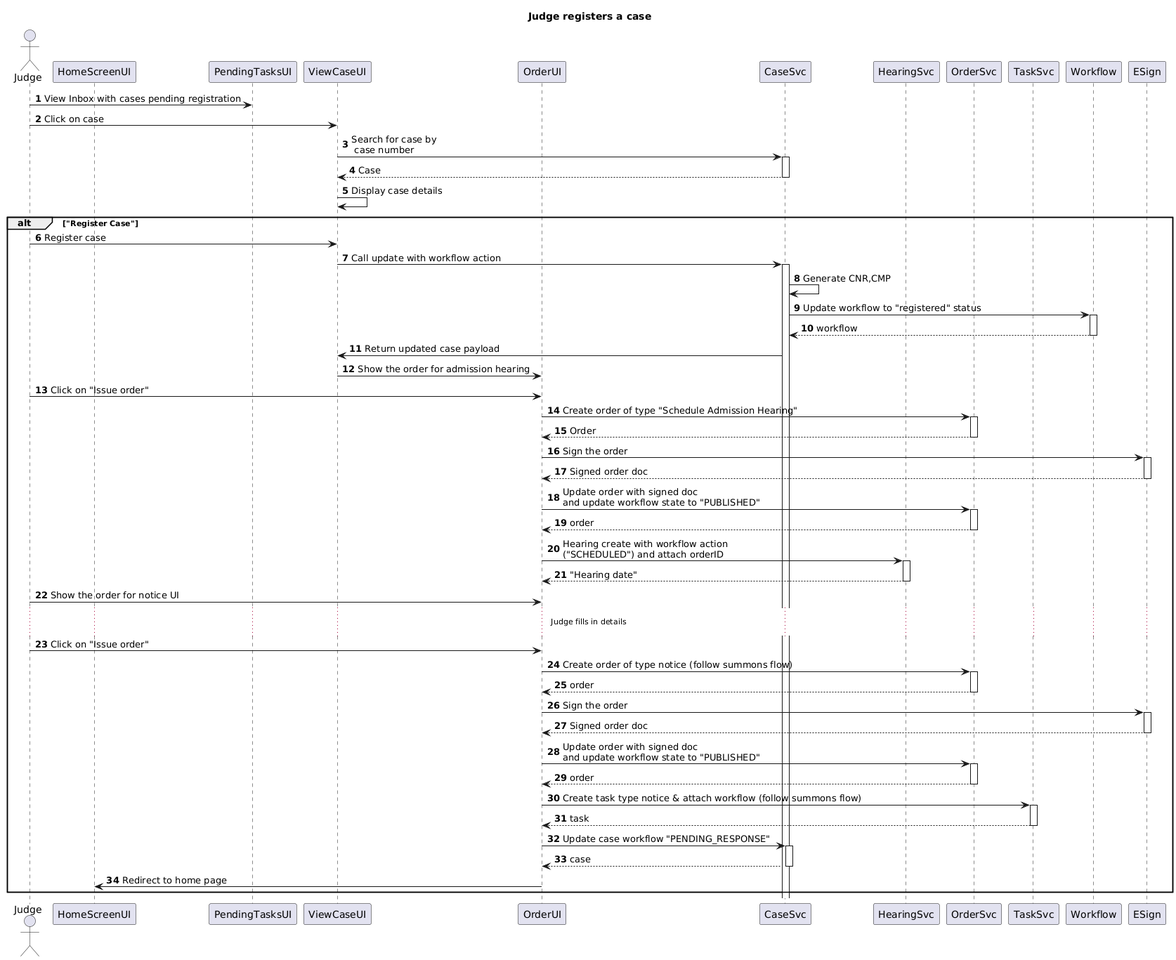
Earlier version of the PlantUML export docs/UI_Sequence_Diagrams/Case Flows/Diagrams/BNSS_Judge_Registers_Case.png (pucardotorg/dristi).
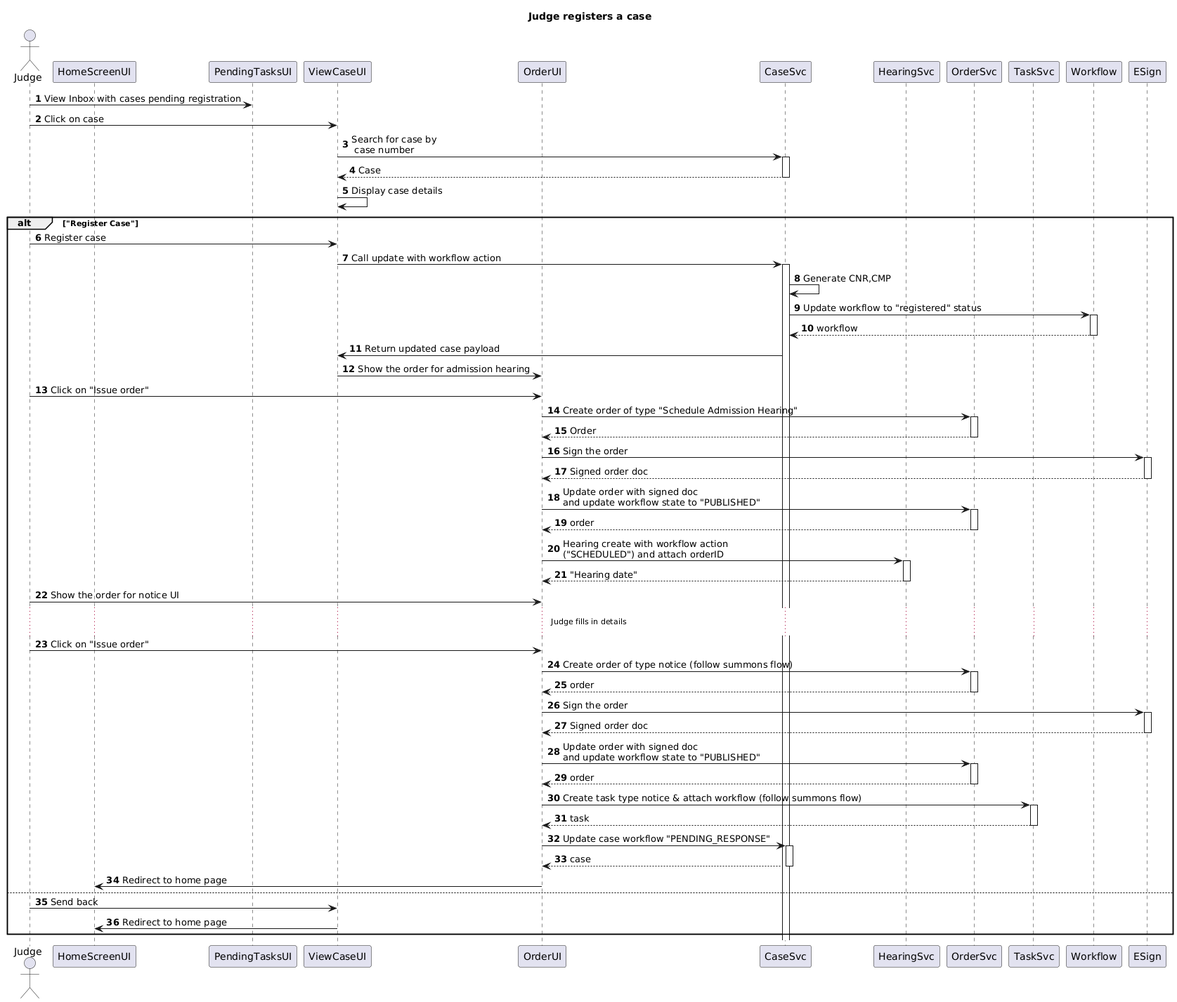
Later version of the same file.

Commit message:
update to BNSS flows for judge registering and admitting a case

Diff of the diagram source:
```diff
@@ -49,5 +49,8 @@
 OI->CaseSvc++: Update case workflow "PENDING_RESPONSE"
 return case
 OI->H: Redirect to home page
+else
+J -> CI: Send back
+CI->H: Redirect to home page
 end
 @enduml
```
